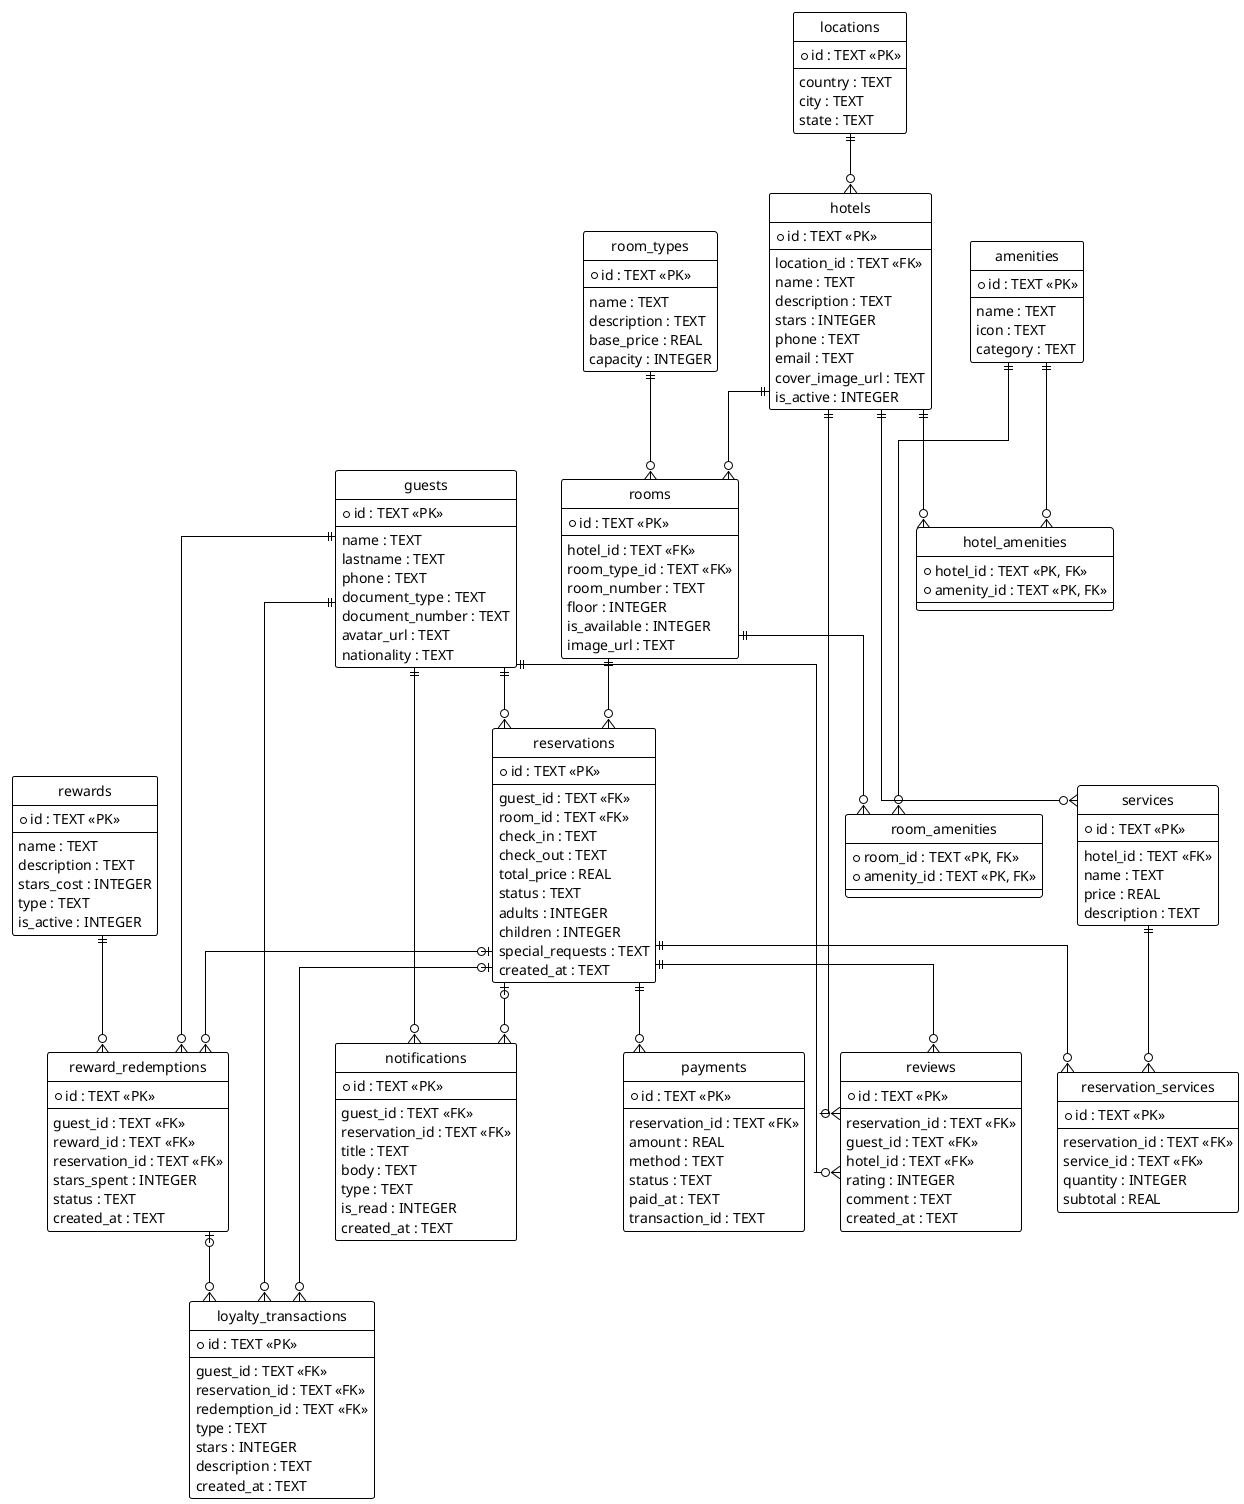
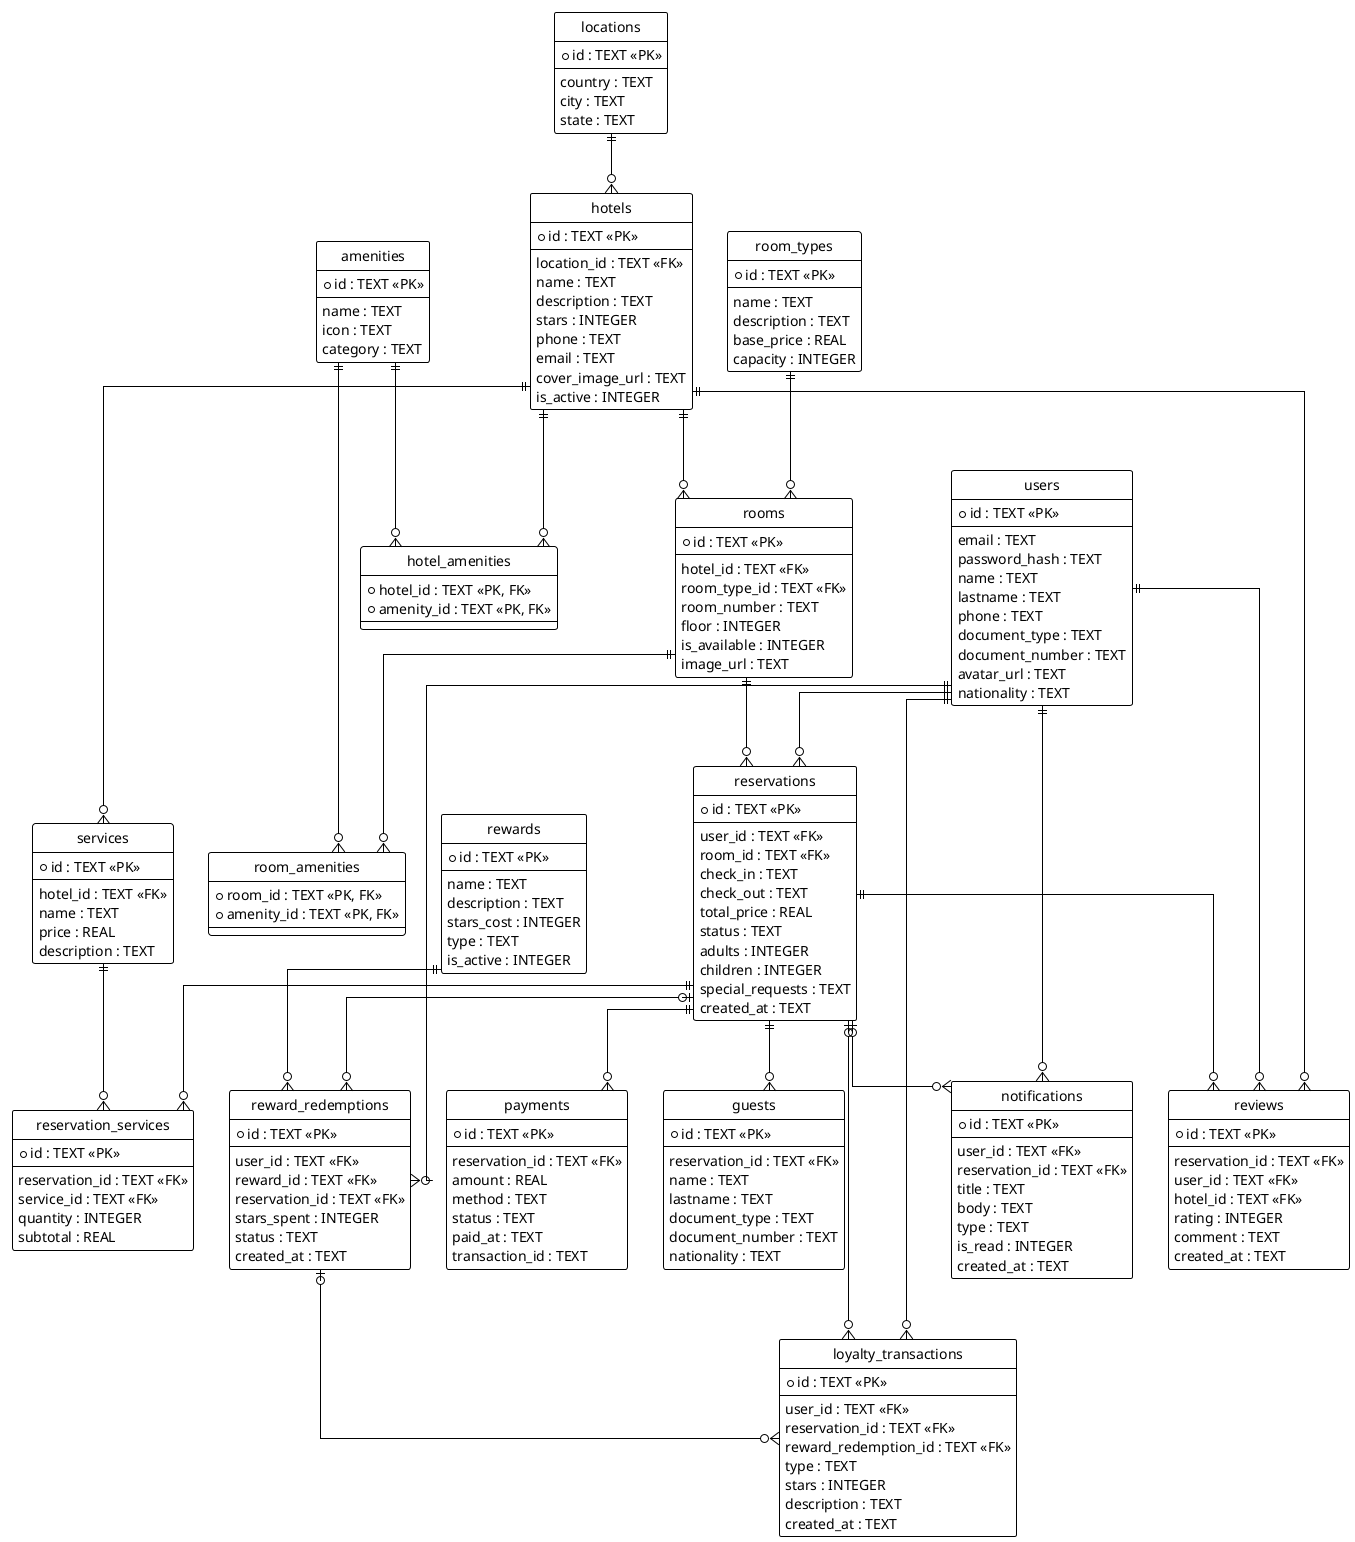
@startuml
' ============================================================
' DIAGRAMA ENTIDAD-RELACIÓN — SISTEMA RESERVA DE HOTELES
' Base de datos: SQLite3
' Tipos usados:
'   TEXT     → cadenas, UUIDs,
'              fechas ISO8601 (YYYY-MM-DD),
'              datetimes ISO8601 (YYYY-MM-DD HH:MM:SS)
'   check_in / check_out → TEXT (YYYY-MM-DD HH:MM:SS) incluye hora
'   INTEGER  → enteros y booleanos (0=false, 1=true)
'   REAL     → decimales (precios, porcentajes)
' ============================================================

!theme plain
hide circle
skinparam linetype ortho

' --- ENTIDADES ---

entity "locations" as L {
  * id : TEXT <<PK>>
  --
  country : TEXT
  city : TEXT
  state : TEXT
}

entity "hotels" as H {
  * id : TEXT <<PK>>
  --
  location_id : TEXT <<FK>>
  name : TEXT
  description : TEXT
  stars : INTEGER
  phone : TEXT
  email : TEXT
  cover_image_url : TEXT
  is_active : INTEGER
}

entity "room_types" as RT {
  * id : TEXT <<PK>>
  --
  name : TEXT
  description : TEXT
  base_price : REAL
  capacity : INTEGER
}

entity "rooms" as R {
  * id : TEXT <<PK>>
  --
  hotel_id : TEXT <<FK>>
  room_type_id : TEXT <<FK>>
  room_number : TEXT
  floor : INTEGER
  is_available : INTEGER
  image_url : TEXT
}

- entity "guests" as G {
-   * id : TEXT <<PK>>
-   --
+ entity "users" as U {
+   * id : TEXT <<PK>>
+   --
+   email : TEXT
+   password_hash : TEXT
  name : TEXT
  lastname : TEXT
  phone : TEXT
  document_type : TEXT
  document_number : TEXT
  avatar_url : TEXT
  nationality : TEXT
}

+ entity "guests" as G {
+   * id : TEXT <<PK>>
+   --
+   reservation_id : TEXT <<FK>>
+   name : TEXT
+   lastname : TEXT
+   document_type : TEXT
+   document_number : TEXT
+   nationality : TEXT
+ }
+ 


entity "reservations" as RES {
  * id : TEXT <<PK>>
  --
-   guest_id : TEXT <<FK>>
+   user_id : TEXT <<FK>>
  room_id : TEXT <<FK>>
  check_in : TEXT
  check_out : TEXT
  total_price : REAL
  status : TEXT
  adults : INTEGER
  children : INTEGER
  special_requests : TEXT
  created_at : TEXT
}

entity "payments" as P {
  * id : TEXT <<PK>>
  --
  reservation_id : TEXT <<FK>>
  amount : REAL
  method : TEXT
  status : TEXT
  paid_at : TEXT
  transaction_id : TEXT
}

entity "amenities" as AM {
  * id : TEXT <<PK>>
  --
  name : TEXT
  icon : TEXT
  category : TEXT
}

entity "hotel_amenities" as HA {
  * hotel_id : TEXT <<PK, FK>>
  * amenity_id : TEXT <<PK, FK>>
}

entity "room_amenities" as RA {
  * room_id : TEXT <<PK, FK>>
  * amenity_id : TEXT <<PK, FK>>
}

entity "services" as S {
  * id : TEXT <<PK>>
  --
  hotel_id : TEXT <<FK>>
  name : TEXT
  price : REAL
  description : TEXT
}

entity "reservation_services" as RS {
  * id : TEXT <<PK>>
  --
  reservation_id : TEXT <<FK>>
  service_id : TEXT <<FK>>
  quantity : INTEGER
  subtotal : REAL
}

entity "loyalty_transactions" as LTX {
  * id : TEXT <<PK>>
  --
-   guest_id : TEXT <<FK>>
-   reservation_id : TEXT <<FK>>
-   redemption_id : TEXT <<FK>>
+   user_id : TEXT <<FK>>
+   reservation_id : TEXT <<FK>>
+   reward_redemption_id : TEXT <<FK>>
  type : TEXT
  stars : INTEGER
  description : TEXT
  created_at : TEXT
}

entity "rewards" as RW {
  * id : TEXT <<PK>>
  --
  name : TEXT
  description : TEXT
  stars_cost : INTEGER
  type : TEXT
  is_active : INTEGER
}

entity "reward_redemptions" as RR {
  * id : TEXT <<PK>>
  --
-   guest_id : TEXT <<FK>>
+   user_id : TEXT <<FK>>
  reward_id : TEXT <<FK>>
  reservation_id : TEXT <<FK>>
  stars_spent : INTEGER
  status : TEXT
  created_at : TEXT
}

entity "reviews" as REV {
  * id : TEXT <<PK>>
  --
  reservation_id : TEXT <<FK>>
-   guest_id : TEXT <<FK>>
+   user_id : TEXT <<FK>>
  hotel_id : TEXT <<FK>>
  rating : INTEGER
  comment : TEXT
  created_at : TEXT
}

entity "notifications" as N {
  * id : TEXT <<PK>>
  --
-   guest_id : TEXT <<FK>>
+   user_id : TEXT <<FK>>
  reservation_id : TEXT <<FK>>
  title : TEXT
  body : TEXT
  type : TEXT
  is_read : INTEGER
  created_at : TEXT
}

' --- RELACIONES ---

L ||--o{ H
H ||--o{ R
RT ||--o{ R
- G ||--o{ RES
+ U ||--o{ RES
R ||--o{ RES
+ RES ||--o{ G
RES ||--o{ P
RES ||--o{ RS
S ||--o{ RS
H ||--o{ S
H ||--o{ HA
AM ||--o{ HA
R ||--o{ RA
AM ||--o{ RA

- G ||--o{ LTX
+ U ||--o{ LTX
RES |o--o{ LTX
RR |o--o{ LTX
- G ||--o{ RR
+ U ||--o{ RR
RW ||--o{ RR
RES |o--o{ RR
RES ||--o{ REV
- G ||--o{ REV
+ U ||--o{ REV
H ||--o{ REV
- G ||--o{ N
+ U ||--o{ N
RES |o--o{ N

@enduml
